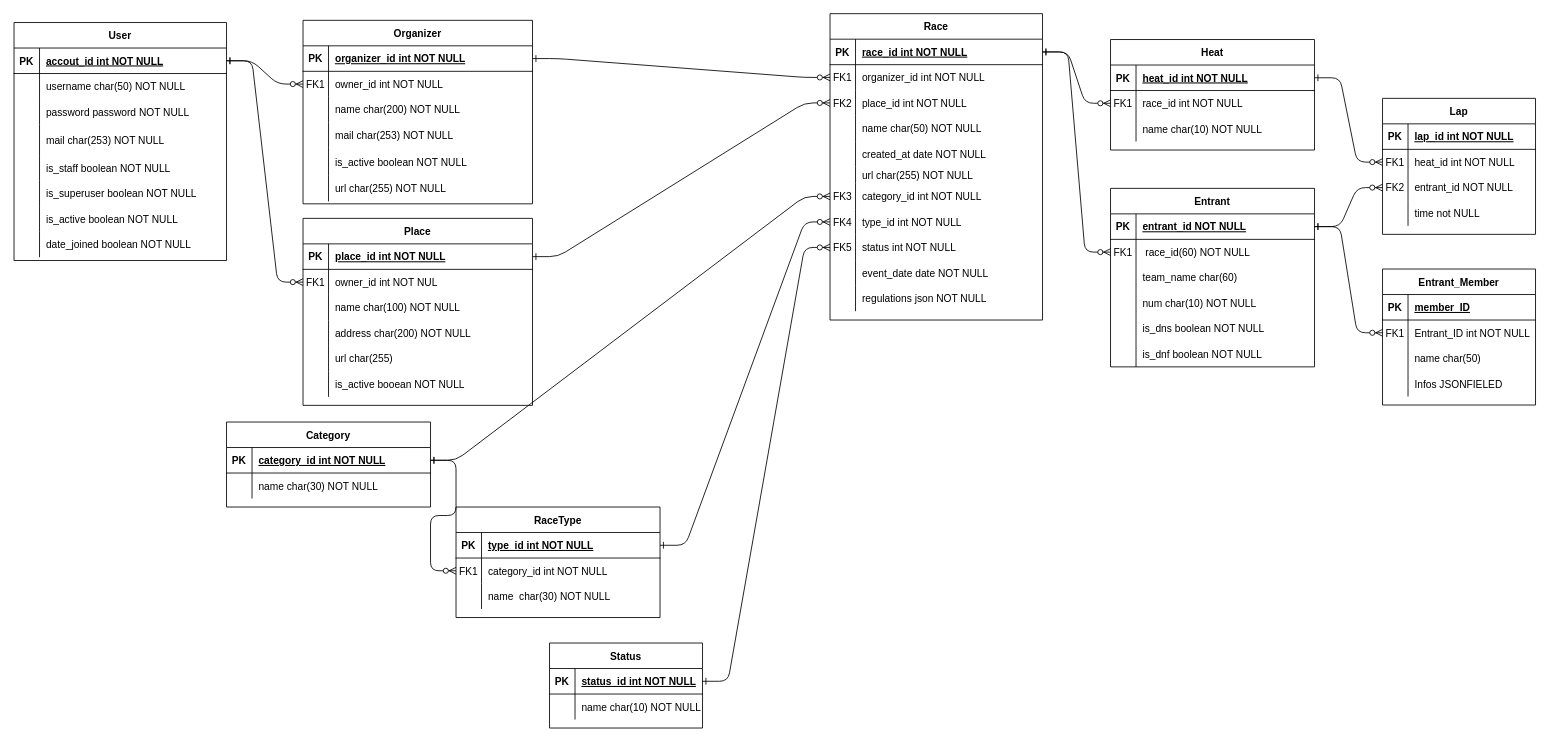
Above: ER-RelationMap.drawio in TSKGunGun/RaceNow (draw.io), before the change. Source tidied: cells renumbered, new cells numbered last; positions are measured from the earlier drawing's top-left corner, leaving out a move shared by most shapes. Both pictures are drawn from the tidied source at 85%, with x=0, y=0 at pixel (14, 14).
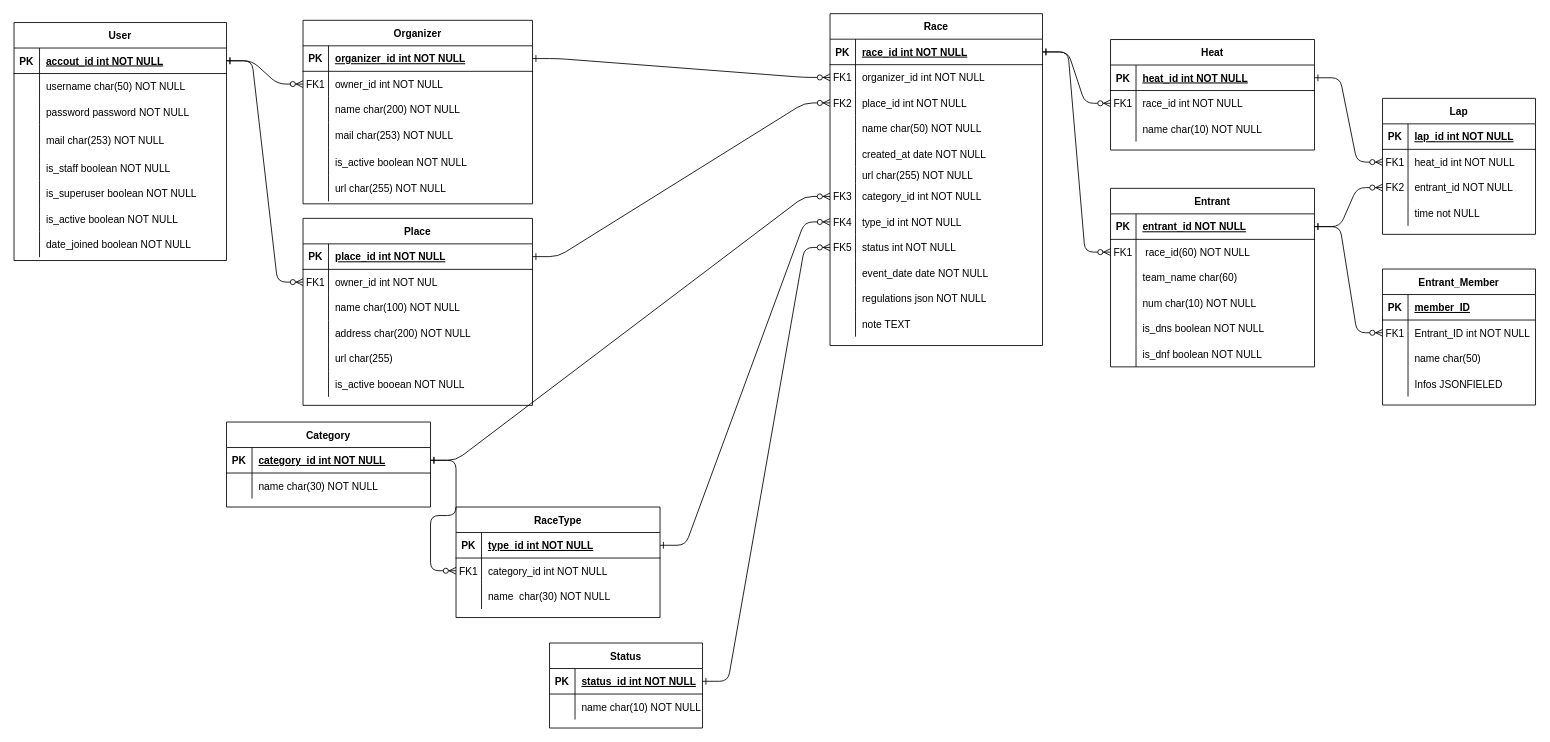
Above is the later version.

Change to the diagram source:
```diff
@@
     <mxCell id="4" value="Race" style="shape=table;startSize=30;childLayout=tableLayout;rowLines=0;fontStyle=1;align=center;" parent="1" vertex="1">
-      <mxGeometry x="960" y="-0.4" width="250" height="360.4" as="geometry" />
+      <mxGeometry x="960" y="-0.4" width="250" height="390.4" as="geometry" />
     </mxCell>
@@
+    <mxCell id="195" style="shape=partialRectangle;fillColor=none;top=0;left=0;right=0;bottom=0;" parent="4" vertex="1">
+      <mxGeometry y="350" width="250" height="30" as="geometry" />
+    </mxCell>
+    <mxCell id="196" style="shape=partialRectangle;overflow=hidden;fillColor=none;top=0;left=0;bottom=0;right=0;" parent="195" vertex="1">
+      <mxGeometry width="30" height="30" as="geometry" />
+    </mxCell>
+    <mxCell id="197" value="note TEXT" style="shape=partialRectangle;overflow=hidden;fillColor=none;top=0;left=0;bottom=0;right=0;align=left;spacingLeft=6;" parent="195" vertex="1">
+      <mxGeometry x="30" width="220" height="30" as="geometry" />
+    </mxCell>
```
